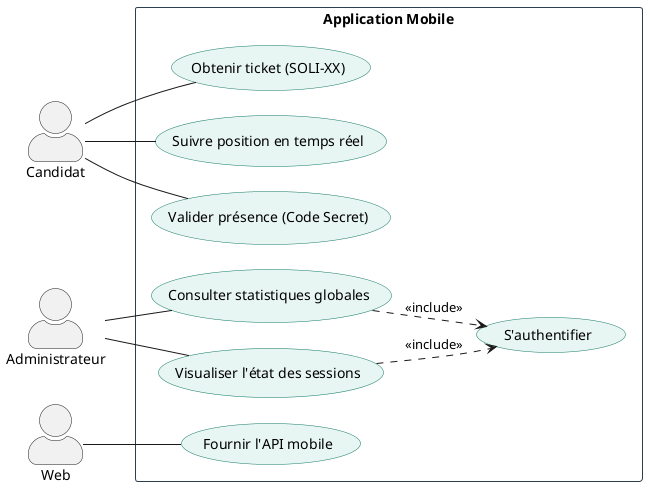
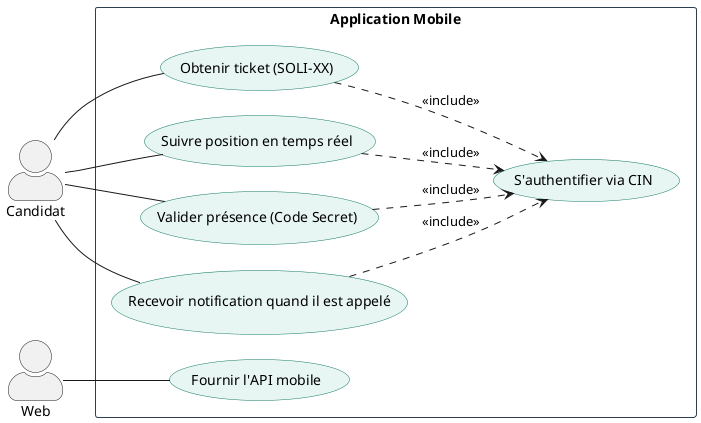
@startuml SoliQueue_Mobile_UseCase
left to right direction
skinparam actorStyle awesome

skinparam backgroundColor white
skinparam packageStyle rectangle
skinparam shadowing false

skinparam package {
    BackgroundColor White
    BorderColor #2C3E50
}

skinparam usecase {
    BackgroundColor #E8F6F3
    BorderColor #117864
}

skinparam nodesep 25
skinparam ranksep 25

' Acteurs
actor "Candidat" as C
- actor "Administrateur" as A
actor "Web" as W

package "Application Mobile" {

-     ' Actions communes / Public
-     usecase "S'authentifier" as UC6
- 
    ' Actions Candidat
+     usecase "S'authentifier via CIN" as UC1
    usecase "Obtenir ticket (SOLI-XX)" as UC2
    usecase "Suivre position en temps réel" as UC3
    usecase "Valider présence (Code Secret)" as UC4
- 
-     ' Actions Admin (Affichage uniquement)
-     usecase "Consulter statistiques globales" as UC7
-     usecase "Visualiser l'état des sessions" as UC8
+     usecase "Recevoir notification quand il est appelé" as UC5

    ' API
-     usecase "Fournir l'API mobile" as UC5
+     usecase "Fournir l'API mobile" as UC6
}

- ' Relations Candidat
+ ' Relations Principales du Candidat
C -- UC2
C -- UC3
C -- UC4
+ C -- UC5

- ' Relations Admin (Lecture seule)
- A -- UC7
- A -- UC8
+ ' Les Dépendances Include (L'authentification est obligatoire pour ces actions)
+ UC2 ..> UC1 : <<include>>
+ UC3 ..> UC1 : <<include>>
+ UC4 ..> UC1 : <<include>>
+ UC5 ..> UC1 : <<include>>

' Relation Web
- W -- UC5
- 
- ' Authentification Includes
- UC7 ..> UC6 : <<include>>
- UC8 ..> UC6 : <<include>>
+ W -- UC6

@enduml